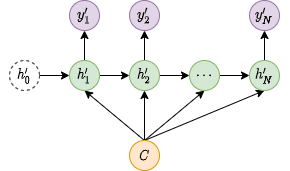
Above: imgs/nlp-seq2seq-11.png in hxca/imgrepo (draw.io), before the change. Source tidied: cells renumbered, new cells last; positions are measured from the earlier drawing's top-left corner, leaving out a move shared by most shapes.
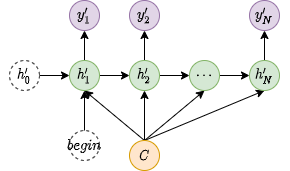
The same file after the commit.

Change to the diagram source:
```diff
@@ -62,5 +62,11 @@
     <mxCell id="21" value="$$h'_N$$" style="ellipse;whiteSpace=wrap;html=1;fillColor=#d5e8d4;strokeColor=#82b366;" parent="1" vertex="1">
       <mxGeometry x="240" y="60" width="30" height="30" as="geometry" />
     </mxCell>
+    <mxCell id="22" style="edgeStyle=orthogonalEdgeStyle;rounded=0;sketch=0;jettySize=auto;html=1;exitX=0.5;exitY=0;exitDx=0;exitDy=0;entryX=0.5;entryY=1;entryDx=0;entryDy=0;" parent="1" edge="1" source="23" target="18">
+      <mxGeometry relative="1" as="geometry" />
+    </mxCell>
+    <mxCell id="23" value="$$begin$$" style="ellipse;whiteSpace=wrap;html=1;dashed=1;" parent="1" vertex="1">
+      <mxGeometry x="60" y="130" width="30" height="30" as="geometry" />
+    </mxCell>
   </root>
 </mxGraphModel>
```
